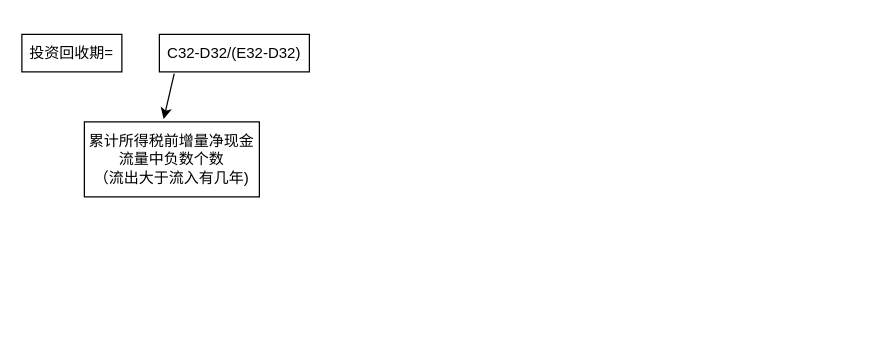
Yatttin/attention-nmt keeps this draw.io diagram as page "Page-5 投资回收期" (5 of 5) of Untitled Diagram.drawio. Above is the earlier version. Source tidied: cells renumbered, new cells numbered last; positions are measured from the earlier drawing's top-left corner, leaving out a move shared by most shapes. Both pictures are drawn from the tidied source at 125%, with x=0, y=0 at pixel (21, 34).
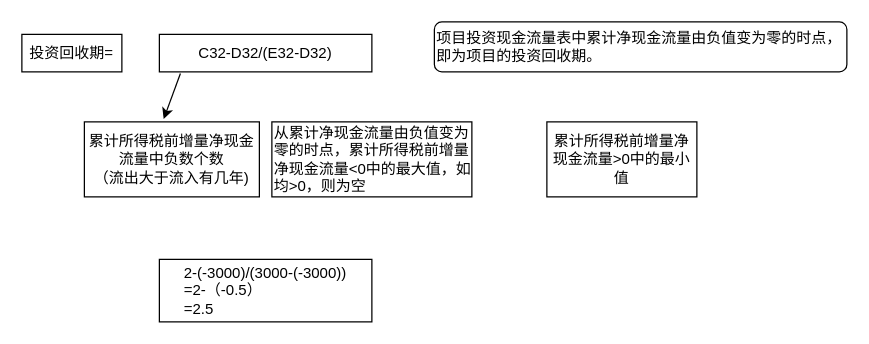
Above is the later version.

What changed in the source:
```diff
@@
 <mxGraphModel>
   <root>
     <mxCell id="0" />
     <mxCell id="1" parent="0" />
     <mxCell id="2" value="C32-D32/(E32-D32)" style="rounded=0;whiteSpace=wrap;html=1;" parent="1" vertex="1">
-      <mxGeometry x="110" width="120" height="30" as="geometry" />
+      <mxGeometry x="110" width="170" height="30" as="geometry" />
     </mxCell>
     <mxCell id="3" value="投资回收期=" style="rounded=0;whiteSpace=wrap;html=1;" parent="1" vertex="1">
       <mxGeometry width="80" height="30" as="geometry" />
     </mxCell>
     <mxCell id="4" value="累计所得税前增量净现金流量中负数个数&lt;br&gt;（流出大于流入有几年)" style="rounded=0;whiteSpace=wrap;html=1;" parent="1" vertex="1">
       <mxGeometry x="50" y="70" width="140" height="60" as="geometry" />
     </mxCell>
     <mxCell id="5" style="endArrow=classic;html=1;rounded=0;exitX=0.099;exitY=1.045;exitDx=0;exitDy=0;exitPerimeter=0;entryX=0.453;entryY=-0.037;entryDx=0;entryDy=0;entryPerimeter=0;" parent="1" edge="1" source="2" target="4">
       <mxGeometry relative="1" as="geometry" />
     </mxCell>
+    <mxCell id="6" value="项目投资现金流量表中累计净现金流量由负值变为零的时点，即为项目的投资回收期。" style="rounded=1;whiteSpace=wrap;html=1;align=left;" parent="1" vertex="1">
+      <mxGeometry x="330" y="-10" width="330" height="40" as="geometry" />
+    </mxCell>
+    <mxCell id="7" value="从累计净现金流量由负值变为零的时点，累计所得税前增量净现金流量&amp;lt;0中的最大值，如均&amp;gt;0，则为空" style="rounded=0;whiteSpace=wrap;html=1;align=left;" parent="1" vertex="1">
+      <mxGeometry x="200" y="70" width="160" height="60" as="geometry" />
+    </mxCell>
+    <mxCell id="8" value="累计所得税前增量净现金流量&amp;gt;0中的最小值" style="rounded=0;whiteSpace=wrap;html=1;" parent="1" vertex="1">
+      <mxGeometry x="420" y="70" width="120" height="60" as="geometry" />
+    </mxCell>
+    <mxCell id="9" value="&lt;div style=&quot;text-align: left;&quot;&gt;&lt;span style=&quot;background-color: initial;&quot;&gt;2-(-3000)/(3000-(-3000))&lt;/span&gt;&lt;/div&gt;&lt;div style=&quot;text-align: left;&quot;&gt;&lt;span style=&quot;background-color: initial;&quot;&gt;=2-（-0.5）&lt;/span&gt;&lt;/div&gt;&lt;div style=&quot;text-align: left;&quot;&gt;&lt;span style=&quot;background-color: initial;&quot;&gt;=2.5&lt;/span&gt;&lt;/div&gt;" style="rounded=0;whiteSpace=wrap;html=1;" parent="1" vertex="1">
+      <mxGeometry x="110" y="180" width="170" height="50" as="geometry" />
+    </mxCell>
   </root>
 </mxGraphModel>
```
